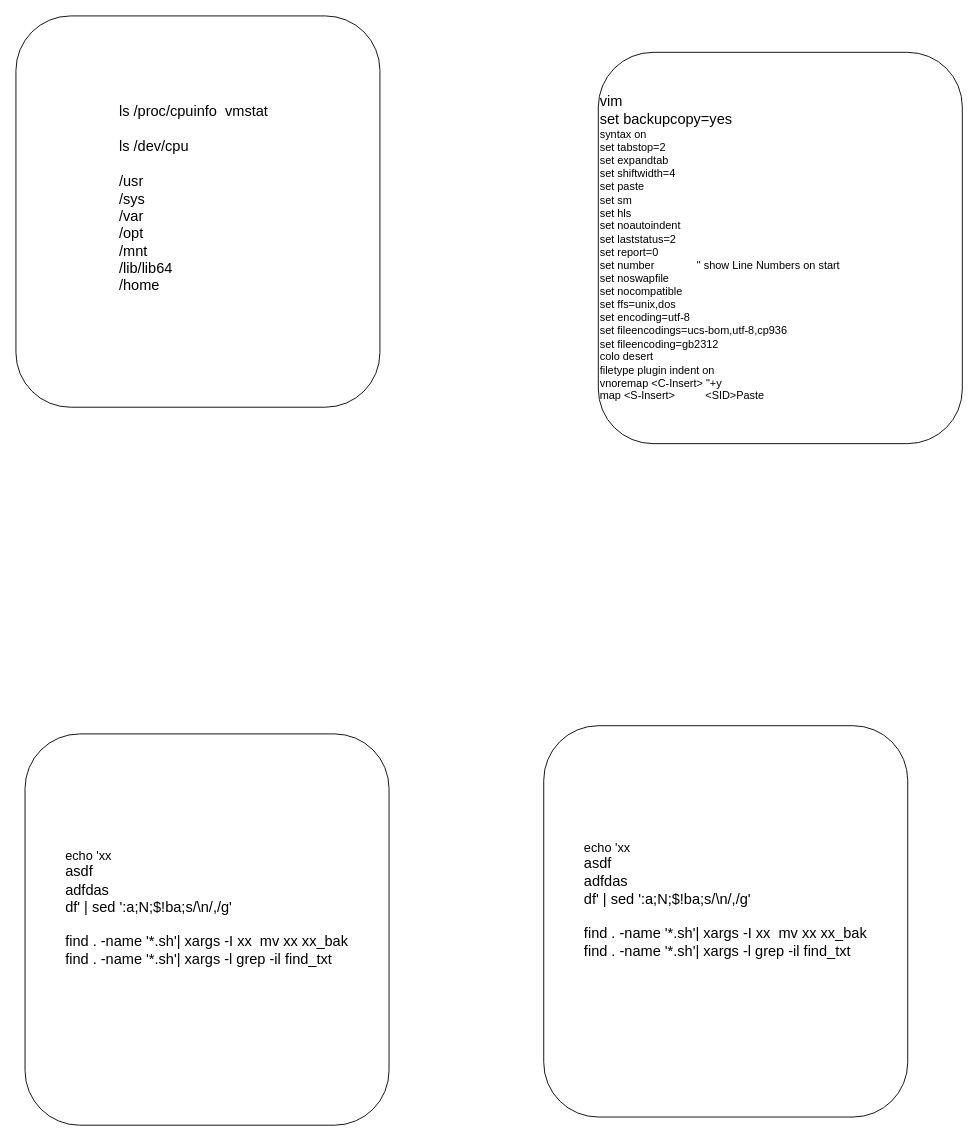
Earlier version of the draw.io diagram nix_tech.drawio (metalbreeze/nixHistory). Source tidied: cells renumbered, new cells numbered last; positions are measured from the earlier drawing's top-left corner, leaving out a move shared by most shapes. Both pictures are drawn from the tidied source at 91%, with x=0, y=0 at pixel (15, 15).
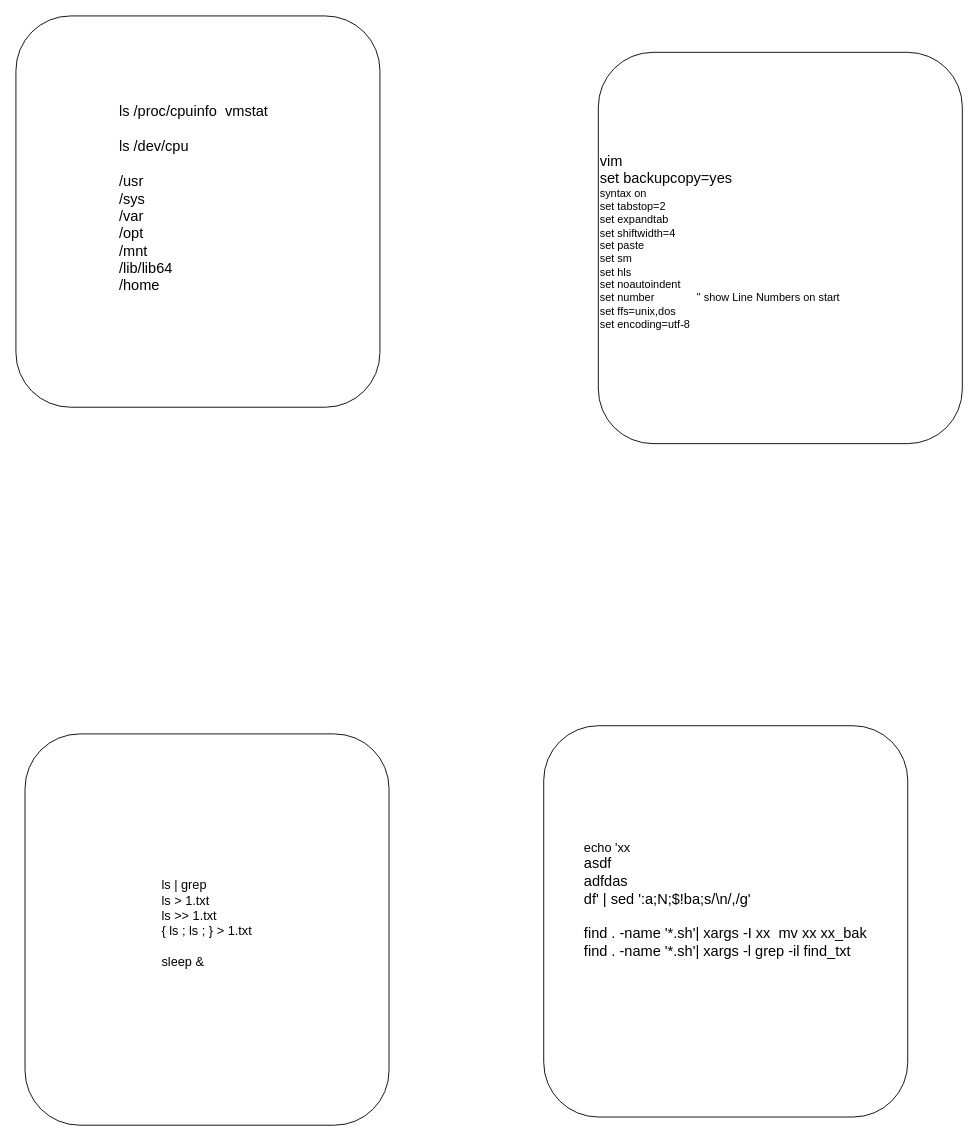
After the change.

Change to the diagram source:
```diff
@@
 <mxGraphModel>
   <root>
     <mxCell id="0" />
     <mxCell id="1" parent="0" />
-    <mxCell id="2" value="&lt;div style=&quot;text-align: left&quot;&gt;&lt;font style=&quot;font-size: 14px&quot;&gt;echo 'xx&lt;/font&gt;&lt;/div&gt;&lt;div style=&quot;text-align: left&quot;&gt;&lt;font size=&quot;3&quot;&gt;asdf&lt;/font&gt;&lt;/div&gt;&lt;div style=&quot;text-align: left&quot;&gt;&lt;font size=&quot;3&quot;&gt;adfdas&lt;/font&gt;&lt;/div&gt;&lt;div style=&quot;text-align: left&quot;&gt;&lt;font size=&quot;3&quot;&gt;df' | sed ':a;N;$!ba;s/\n/,/g'&lt;/font&gt;&lt;/div&gt;&lt;div style=&quot;text-align: left&quot;&gt;&lt;font size=&quot;3&quot;&gt;&amp;nbsp;&lt;/font&gt;&lt;/div&gt;&lt;div style=&quot;text-align: left&quot;&gt;&lt;font size=&quot;3&quot;&gt;find . -name '*.sh'| xargs -I xx&amp;nbsp; mv xx xx_bak&lt;/font&gt;&lt;/div&gt;&lt;div style=&quot;text-align: left&quot;&gt;&lt;font size=&quot;3&quot;&gt;find . -name '*.sh'| xargs -l grep -il find_txt&lt;/font&gt;&lt;/div&gt;&lt;div style=&quot;text-align: left&quot;&gt;&lt;font size=&quot;3&quot;&gt;&amp;nbsp;&lt;/font&gt;&lt;/div&gt;&lt;div style=&quot;text-align: left&quot;&gt;&lt;br&gt;&lt;/div&gt;&lt;div&gt;&lt;br&gt;&lt;/div&gt;" style="rounded=1;whiteSpace=wrap;html=1;" parent="1" vertex="1">
+    <mxCell id="2" value="&lt;div style=&quot;text-align: left&quot;&gt;&lt;span style=&quot;font-size: 14px&quot;&gt;ls | grep&amp;nbsp;&lt;/span&gt;&lt;/div&gt;&lt;div style=&quot;text-align: left&quot;&gt;&lt;span style=&quot;font-size: 14px&quot;&gt;ls &amp;gt; 1.txt&lt;/span&gt;&lt;/div&gt;&lt;div style=&quot;text-align: left&quot;&gt;&lt;span style=&quot;font-size: 14px&quot;&gt;ls &amp;gt;&amp;gt; 1.txt&lt;/span&gt;&lt;/div&gt;&lt;div style=&quot;text-align: left&quot;&gt;&lt;span style=&quot;font-size: 14px&quot;&gt;{ ls ; ls ; } &amp;gt; 1.txt&lt;/span&gt;&lt;/div&gt;&lt;div style=&quot;text-align: left&quot;&gt;&lt;span style=&quot;font-size: 14px&quot;&gt;&lt;br&gt;&lt;/span&gt;&lt;/div&gt;&lt;div style=&quot;text-align: left&quot;&gt;&lt;span style=&quot;font-size: 14px&quot;&gt;sleep &amp;amp;&lt;/span&gt;&lt;/div&gt;&lt;div style=&quot;text-align: left&quot;&gt;&lt;br&gt;&lt;/div&gt;" style="rounded=1;whiteSpace=wrap;html=1;" parent="1" vertex="1">
       <mxGeometry x="10" y="789" width="400" height="430" as="geometry" />
     </mxCell>
     <mxCell id="3" value="&lt;div style=&quot;text-align: left&quot;&gt;&lt;span style=&quot;font-size: medium&quot;&gt;&amp;nbsp;&lt;/span&gt;&lt;br&gt;&lt;/div&gt;&lt;div style=&quot;text-align: left&quot;&gt;&lt;font size=&quot;3&quot;&gt;ls /proc/cpuinfo&amp;nbsp; vmstat&amp;nbsp;&amp;nbsp;&lt;/font&gt;&lt;/div&gt;&lt;div style=&quot;text-align: left&quot;&gt;&lt;font size=&quot;3&quot;&gt;&lt;br&gt;&lt;/font&gt;&lt;/div&gt;&lt;div style=&quot;text-align: left&quot;&gt;&lt;font size=&quot;3&quot;&gt;ls /dev/cpu&lt;/font&gt;&lt;/div&gt;&lt;div style=&quot;text-align: left&quot;&gt;&lt;font size=&quot;3&quot;&gt;&lt;br&gt;&lt;/font&gt;&lt;/div&gt;&lt;div style=&quot;text-align: left&quot;&gt;&lt;font size=&quot;3&quot;&gt;/usr&amp;nbsp;&lt;/font&gt;&lt;/div&gt;&lt;div style=&quot;text-align: left&quot;&gt;&lt;font size=&quot;3&quot;&gt;/sys&lt;/font&gt;&lt;/div&gt;&lt;div style=&quot;text-align: left&quot;&gt;&lt;font size=&quot;3&quot;&gt;/var&lt;/font&gt;&lt;/div&gt;&lt;div style=&quot;text-align: left&quot;&gt;&lt;font size=&quot;3&quot;&gt;/opt&lt;/font&gt;&lt;/div&gt;&lt;div style=&quot;text-align: left&quot;&gt;&lt;font size=&quot;3&quot;&gt;/mnt&lt;/font&gt;&lt;/div&gt;&lt;div style=&quot;text-align: left&quot;&gt;&lt;font size=&quot;3&quot;&gt;/lib/lib64&amp;nbsp;&lt;/font&gt;&lt;/div&gt;&lt;div style=&quot;text-align: left&quot;&gt;&lt;font size=&quot;3&quot;&gt;/home&lt;/font&gt;&lt;/div&gt;&lt;div style=&quot;text-align: left&quot;&gt;&lt;font size=&quot;3&quot;&gt;&lt;br&gt;&lt;/font&gt;&lt;/div&gt;&lt;div style=&quot;text-align: left&quot;&gt;&lt;br&gt;&lt;/div&gt;&lt;div&gt;&lt;br&gt;&lt;/div&gt;" style="rounded=1;whiteSpace=wrap;html=1;" parent="1" vertex="1">
       <mxGeometry width="400" height="430" as="geometry" />
     </mxCell>
-    <mxCell id="4" value="&lt;div&gt;&lt;br&gt;&lt;/div&gt;&lt;div&gt;&lt;font size=&quot;3&quot;&gt;vim&amp;nbsp;&lt;/font&gt;&lt;/div&gt;&lt;div&gt;&lt;font size=&quot;3&quot;&gt;set backupcopy=yes&amp;nbsp;&lt;/font&gt;&lt;/div&gt;&lt;div&gt;&lt;div&gt;syntax on&lt;/div&gt;&lt;div&gt;set tabstop=2&lt;/div&gt;&lt;div&gt;set expandtab&lt;/div&gt;&lt;div&gt;set shiftwidth=4&lt;/div&gt;&lt;div&gt;set paste&lt;br&gt;&lt;/div&gt;&lt;div&gt;set sm&lt;/div&gt;&lt;div&gt;set hls&lt;/div&gt;&lt;div&gt;set noautoindent&lt;/div&gt;&lt;div&gt;set laststatus=2&lt;/div&gt;&lt;div&gt;set report=0&lt;/div&gt;&lt;div&gt;set number&amp;nbsp; &amp;nbsp; &amp;nbsp; &amp;nbsp; &amp;nbsp; &amp;nbsp; &amp;nbsp; &quot; show Line Numbers on start&lt;/div&gt;&lt;div&gt;set noswapfile&lt;/div&gt;&lt;div&gt;set nocompatible&lt;/div&gt;&lt;div&gt;set ffs=unix,dos&lt;/div&gt;&lt;div&gt;set encoding=utf-8&lt;/div&gt;&lt;div&gt;set fileencodings=ucs-bom,utf-8,cp936&lt;/div&gt;&lt;div&gt;set fileencoding=gb2312&lt;/div&gt;&lt;div&gt;colo desert&lt;/div&gt;&lt;div&gt;filetype plugin indent on&lt;/div&gt;&lt;div&gt;vnoremap &amp;lt;C-Insert&amp;gt; &quot;+y&lt;/div&gt;&lt;div&gt;map &amp;lt;S-Insert&amp;gt;&amp;nbsp; &amp;nbsp; &amp;nbsp; &amp;nbsp; &amp;nbsp; &amp;lt;SID&amp;gt;Paste&lt;/div&gt;&lt;div&gt;&lt;br&gt;&lt;/div&gt;&lt;/div&gt;" style="rounded=1;whiteSpace=wrap;html=1;align=left;" parent="1" vertex="1">
+    <mxCell id="4" value="&lt;div&gt;&lt;br&gt;&lt;/div&gt;&lt;div&gt;&lt;font size=&quot;3&quot;&gt;vim&amp;nbsp;&lt;/font&gt;&lt;/div&gt;&lt;div&gt;&lt;font size=&quot;3&quot;&gt;set backupcopy=yes&amp;nbsp;&lt;/font&gt;&lt;/div&gt;&lt;div&gt;&lt;div&gt;syntax on&lt;/div&gt;&lt;div&gt;set tabstop=2&lt;/div&gt;&lt;div&gt;set expandtab&lt;/div&gt;&lt;div&gt;set shiftwidth=4&lt;/div&gt;&lt;div&gt;set paste&lt;br&gt;&lt;/div&gt;&lt;div&gt;set sm&lt;/div&gt;&lt;div&gt;set hls&lt;/div&gt;&lt;div&gt;set noautoindent&lt;/div&gt;&lt;div&gt;&lt;span&gt;set number&amp;nbsp; &amp;nbsp; &amp;nbsp; &amp;nbsp; &amp;nbsp; &amp;nbsp; &amp;nbsp; &quot; show Line Numbers on start&lt;/span&gt;&lt;br&gt;&lt;/div&gt;&lt;div&gt;&lt;span&gt;set ffs=unix,dos&lt;/span&gt;&lt;br&gt;&lt;/div&gt;&lt;div&gt;set encoding=utf-8&lt;/div&gt;&lt;div&gt;&lt;br&gt;&lt;/div&gt;&lt;div&gt;&lt;br&gt;&lt;/div&gt;&lt;/div&gt;" style="rounded=1;whiteSpace=wrap;html=1;align=left;" parent="1" vertex="1">
       <mxGeometry x="640" y="40" width="400" height="430" as="geometry" />
     </mxCell>
     <mxCell id="5" value="&lt;div style=&quot;text-align: left&quot;&gt;&lt;font style=&quot;font-size: 14px&quot;&gt;echo 'xx&lt;/font&gt;&lt;/div&gt;&lt;div style=&quot;text-align: left&quot;&gt;&lt;font size=&quot;3&quot;&gt;asdf&lt;/font&gt;&lt;/div&gt;&lt;div style=&quot;text-align: left&quot;&gt;&lt;font size=&quot;3&quot;&gt;adfdas&lt;/font&gt;&lt;/div&gt;&lt;div style=&quot;text-align: left&quot;&gt;&lt;font size=&quot;3&quot;&gt;df' | sed ':a;N;$!ba;s/\n/,/g'&lt;/font&gt;&lt;/div&gt;&lt;div style=&quot;text-align: left&quot;&gt;&lt;font size=&quot;3&quot;&gt;&amp;nbsp;&lt;/font&gt;&lt;/div&gt;&lt;div style=&quot;text-align: left&quot;&gt;&lt;font size=&quot;3&quot;&gt;find . -name '*.sh'| xargs -I xx&amp;nbsp; mv xx xx_bak&lt;/font&gt;&lt;/div&gt;&lt;div style=&quot;text-align: left&quot;&gt;&lt;font size=&quot;3&quot;&gt;find . -name '*.sh'| xargs -l grep -il find_txt&lt;/font&gt;&lt;/div&gt;&lt;div style=&quot;text-align: left&quot;&gt;&lt;font size=&quot;3&quot;&gt;&amp;nbsp;&lt;/font&gt;&lt;/div&gt;&lt;div style=&quot;text-align: left&quot;&gt;&lt;br&gt;&lt;/div&gt;&lt;div&gt;&lt;br&gt;&lt;/div&gt;" style="rounded=1;whiteSpace=wrap;html=1;" parent="1" vertex="1">
       <mxGeometry x="580" y="780" width="400" height="430" as="geometry" />
     </mxCell>
   </root>
 </mxGraphModel>
```
